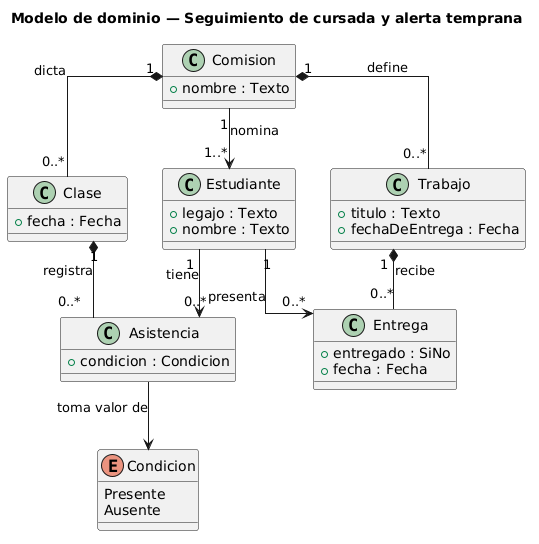
Earlier version of the PlantUML export docs/diagrams/dominio.png (villegason007-bot/GRUPO-3). The source it was exported from:
```plantuml
@startuml
skinparam linetype ortho
title Modelo de dominio — Seguimiento de cursada y alerta temprana

class Comision {
  + nombre : Texto
}

class Estudiante {
  + legajo : Texto
  + nombre : Texto
}

class Clase {
  + fecha : Fecha
}

class Asistencia {
  + condicion : Condicion
}

enum Condicion {
  Presente
  Ausente
}

class Trabajo {
  + titulo : Texto
  + fechaDeEntrega : Fecha
}

class Entrega {
  + entregado : SiNo
  + fecha : Fecha
}

Comision "1" *-- "0..*" Clase : dicta
Comision "1" *-- "0..*" Trabajo : define
Comision "1" --> "1..*" Estudiante : nomina
Clase "1" *-- "0..*" Asistencia : registra
Estudiante "1" --> "0..*" Asistencia : tiene
Trabajo "1" *-- "0..*" Entrega : recibe
Estudiante "1" --> "0..*" Entrega : presenta
Asistencia --> Condicion : toma valor de

@enduml
```
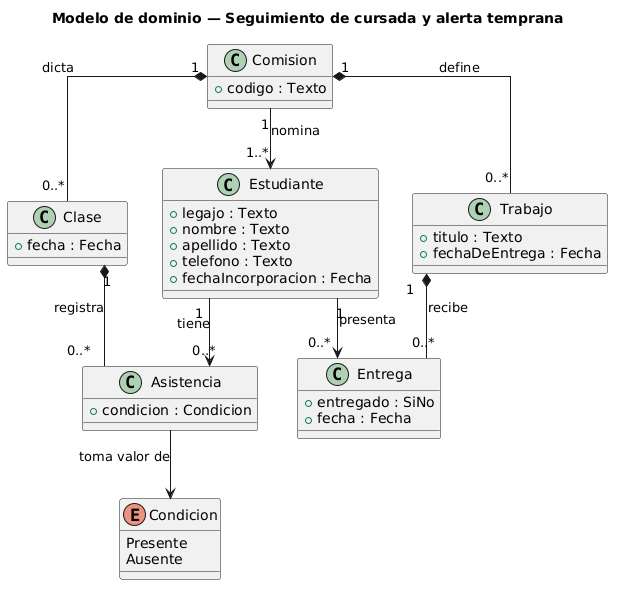
Later version of the same file.

Commit message:
Actualizar diagrama de dominio (codigo de Comision, campos de Estudiante) y mover app/docs a docs/

The edit, as a diff of the source:
```diff
@@ -3,12 +3,15 @@
 title Modelo de dominio — Seguimiento de cursada y alerta temprana
 
 class Comision {
-  + nombre : Texto
+  + codigo : Texto
 }
 
 class Estudiante {
   + legajo : Texto
   + nombre : Texto
+  + apellido : Texto
+  + telefono : Texto
+  + fechaIncorporacion : Fecha
 }
 
 class Clase {
```
